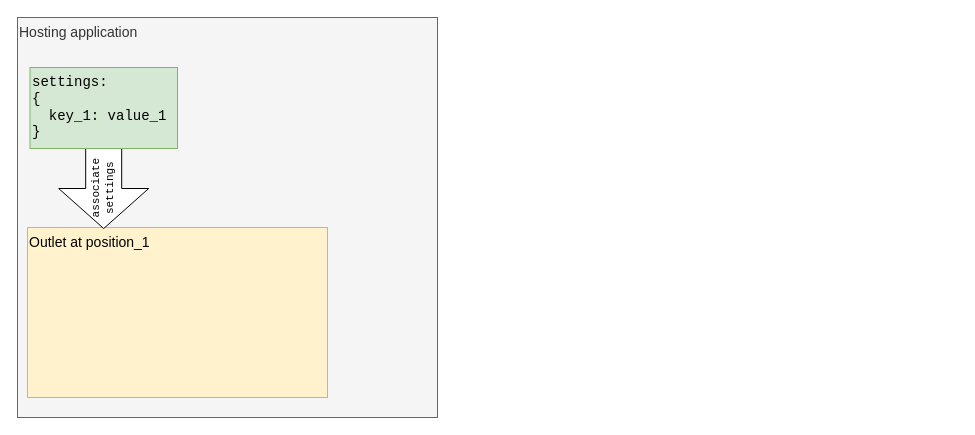
Before: outlets-settings.drawio in a-savka-sap/docs, a draw.io diagram. Source tidied: cells renumbered, new cells numbered last; positions are measured from the earlier drawing's top-left corner, leaving out a move shared by most shapes. Both pictures are drawn from the tidied source at 100%, with x=0, y=0 at pixel (17, 17).
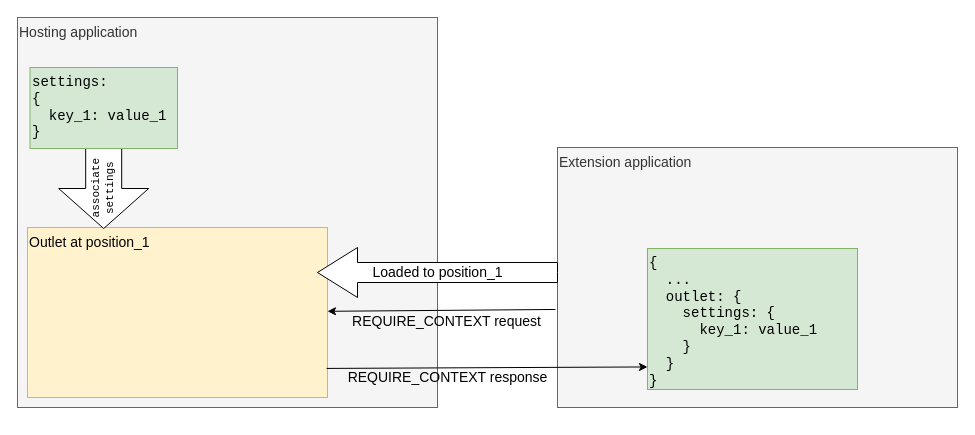
The same diagram, later.

The edit, as a diff of the source:
```diff
@@
 <mxGraphModel>
   <root>
     <mxCell id="0" />
     <mxCell id="1" parent="0" />
     <mxCell id="2" value="&lt;div style=&quot;font-size: 14px;&quot;&gt;Hosting application&lt;br style=&quot;font-size: 14px;&quot;&gt;&lt;/div&gt;" style="rounded=0;whiteSpace=wrap;html=1;align=left;verticalAlign=top;fontSize=14;fillColor=#f5f5f5;fontColor=#333333;strokeColor=#666666;" parent="1" vertex="1">
-      <mxGeometry width="420" height="400" as="geometry" />
+      <mxGeometry width="420" height="390" as="geometry" />
     </mxCell>
     <mxCell id="3" value="&lt;div align=&quot;left&quot;&gt;Outlet at position_1&lt;br&gt;&lt;/div&gt;" style="rounded=0;whiteSpace=wrap;html=1;fontSize=14;align=left;verticalAlign=top;fillColor=#fff2cc;strokeColor=#d6b656;" parent="1" vertex="1">
       <mxGeometry x="10" y="210" width="300" height="170" as="geometry" />
     </mxCell>
     <mxCell id="4" value="&lt;div&gt;associate&lt;/div&gt;settings" style="html=1;shadow=0;dashed=0;align=center;verticalAlign=middle;shape=mxgraph.arrows2.arrow;dy=0.6;dx=40;direction=south;notch=0;fontSize=11;horizontal=0;fontFamily=Courier New;" parent="1" vertex="1">
       <mxGeometry x="41.2" y="131" width="90" height="80" as="geometry" />
     </mxCell>
     <mxCell id="5" value="settings:&lt;br&gt;&lt;div&gt;{&lt;/div&gt;&lt;div&gt;&amp;nbsp; key_1: value_1&lt;br&gt;&lt;/div&gt;&lt;div&gt;}&lt;/div&gt;" style="rounded=0;whiteSpace=wrap;html=1;fontSize=14;verticalAlign=top;align=left;fillColor=#d5e8d4;strokeColor=#82b366;fontFamily=Courier New;" parent="1" vertex="1">
       <mxGeometry x="12.5" y="50" width="147.5" height="81" as="geometry" />
     </mxCell>
+    <mxCell id="6" value="Extension application" style="rounded=0;whiteSpace=wrap;html=1;fontFamily=Helvetica;fontSize=14;align=left;verticalAlign=top;fillColor=#f5f5f5;fontColor=#333333;strokeColor=#666666;" parent="1" vertex="1">
+      <mxGeometry x="540" y="130" width="400" height="260" as="geometry" />
+    </mxCell>
+    <mxCell id="7" value="Loaded to position_1" style="html=1;shadow=0;dashed=0;align=center;verticalAlign=middle;shape=mxgraph.arrows2.arrow;dy=0.6;dx=40;flipH=1;notch=0;fontFamily=Helvetica;fontSize=14;" parent="1" vertex="1">
+      <mxGeometry x="300" y="230" width="240" height="50" as="geometry" />
+    </mxCell>
+    <mxCell id="8" value="&lt;div&gt;{&lt;/div&gt;&lt;div&gt;&amp;nbsp; ...&lt;/div&gt;&lt;div&gt;&amp;nbsp; outlet: {&lt;/div&gt;&lt;div&gt;&amp;nbsp;&amp;nbsp;&amp;nbsp; settings: {&lt;br&gt;&lt;/div&gt;&lt;div&gt;&amp;nbsp; &amp;nbsp; &amp;nbsp; key_1: value_1&lt;br&gt;&lt;/div&gt;&lt;div&gt;&amp;nbsp;&amp;nbsp;&amp;nbsp; }&lt;/div&gt;&lt;div&gt;&amp;nbsp; }&lt;/div&gt;&lt;div&gt;}&lt;br&gt;&lt;/div&gt;" style="rounded=0;whiteSpace=wrap;html=1;fontSize=14;verticalAlign=top;align=left;fillColor=#d5e8d4;strokeColor=#82b366;fontFamily=Courier New;" parent="1" vertex="1">
+      <mxGeometry x="630" y="231" width="210" height="141" as="geometry" />
+    </mxCell>
+    <mxCell id="9" style="group;" parent="1" vertex="1">
+      <mxGeometry x="329" y="294" width="200" height="20" as="geometry" />
+    </mxCell>
+    <mxCell id="10" style="endArrow=classic;html=1;rounded=0;fontFamily=Helvetica;fontSize=14;exitX=-0.005;exitY=0.623;exitDx=0;exitDy=0;exitPerimeter=0;" parent="9" edge="1" source="6" target="3">
+      <mxGeometry relative="1" as="geometry" />
+    </mxCell>
+    <mxCell id="11" value="REQUIRE_CONTEXT request" style="text;html=1;align=center;verticalAlign=middle;strokeColor=none;fillColor=none;fontSize=14;fontFamily=Helvetica;" parent="9" vertex="1">
+      <mxGeometry width="200" height="20" as="geometry" />
+    </mxCell>
+    <mxCell id="12" style="group;" parent="1" vertex="1">
+      <mxGeometry x="325" y="350" width="210" height="20" as="geometry" />
+    </mxCell>
+    <mxCell id="13" style="endArrow=classic;html=1;rounded=0;fontFamily=Helvetica;fontSize=14;exitX=0.997;exitY=0.829;exitDx=0;exitDy=0;exitPerimeter=0;entryX=0;entryY=0.84;entryDx=0;entryDy=0;entryPerimeter=0;" parent="12" edge="1" source="3" target="8">
+      <mxGeometry relative="1" as="geometry" />
+    </mxCell>
+    <mxCell id="14" value="REQUIRE_CONTEXT response" style="text;html=1;align=center;verticalAlign=middle;strokeColor=none;fillColor=none;fontSize=14;fontFamily=Helvetica;" parent="12" vertex="1">
+      <mxGeometry width="210" height="20" as="geometry" />
+    </mxCell>
   </root>
 </mxGraphModel>
```
